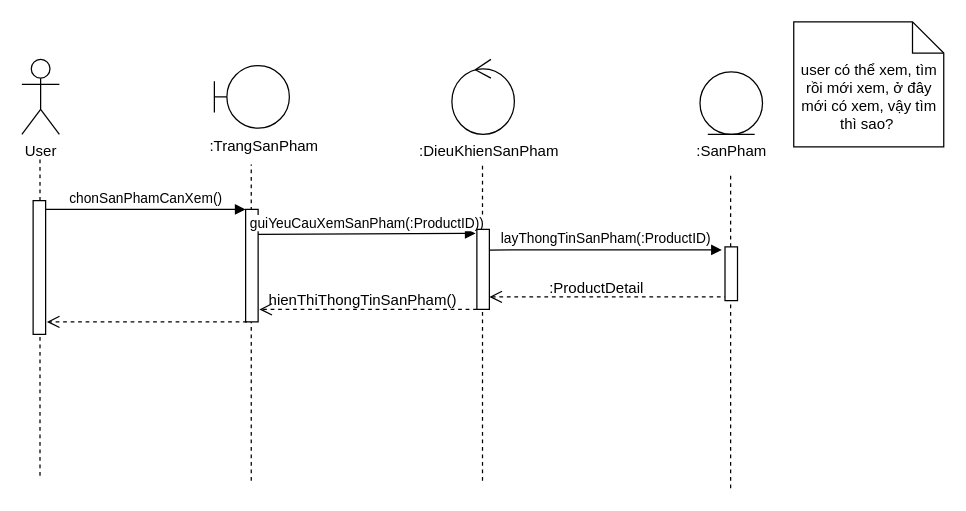
The draw.io diagram Sequence/xemSanPhamSequence.drawio in hoangminh15/PTTKHT, before the edit. Source tidied: cells renumbered, new cells numbered last; positions are measured from the earlier drawing's top-left corner, leaving out a move shared by most shapes. Both pictures are drawn from the tidied source at 125%, with x=0, y=0 at pixel (21, 21).
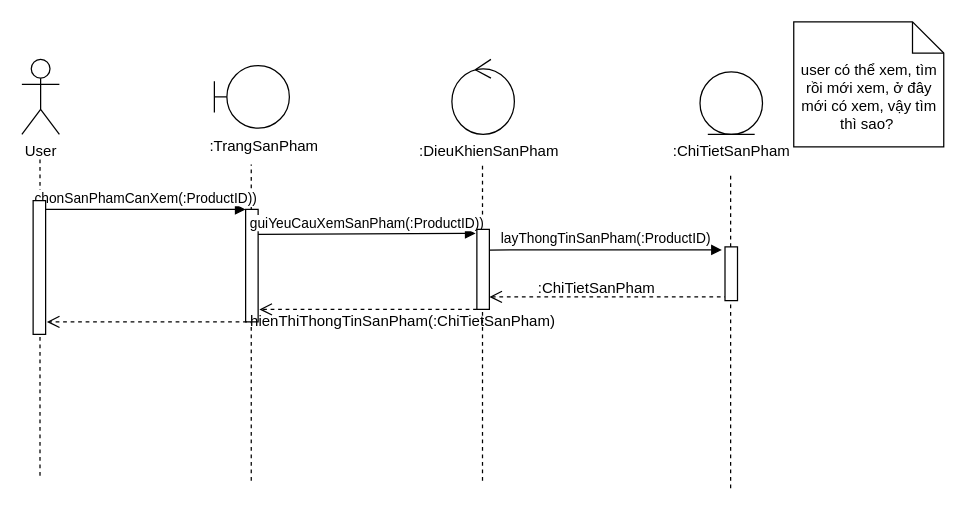
The same page after the edit.

Unchanged cells that the change refers to:
```xml
<mxCell id="13" style="html=1;points=[];perimeter=orthogonalPerimeter;" parent="1" vertex="1">
  <mxGeometry x="179" y="150" width="10" height="90" as="geometry" />
</mxCell>
```

The edit, as a diff of the source:
```diff
@@
-    <mxCell id="7" value=":SanPham" style="text;html=1;strokeColor=none;fillColor=none;align=center;verticalAlign=middle;whiteSpace=wrap;rounded=0;" parent="1" vertex="1">
+    <mxCell id="7" value=":ChiTietSanPham" style="text;html=1;strokeColor=none;fillColor=none;align=center;verticalAlign=middle;whiteSpace=wrap;rounded=0;" parent="1" vertex="1">
       <mxGeometry x="517.5" y="94" width="100" height="20" as="geometry" />
     </mxCell>
@@
-    <mxCell id="14" value="chonSanPhamCanXem()" style="html=1;verticalAlign=bottom;endArrow=block;entryX=0;entryY=0;" parent="1" edge="1" target="13">
+    <mxCell id="14" value="chonSanPhamCanXem(:ProductID))" style="html=1;verticalAlign=bottom;endArrow=block;entryX=0;entryY=0;" parent="1" edge="1" target="13">
       <mxGeometry relative="1" as="geometry">
         <mxPoint x="18" y="150" as="sourcePoint" />
       </mxGeometry>
     </mxCell>
@@
-    <mxCell id="25" value=":ProductDetail" style="text;html=1;strokeColor=none;fillColor=none;align=center;verticalAlign=middle;whiteSpace=wrap;rounded=0;" parent="1" vertex="1">
+    <mxCell id="25" value=":ChiTietSanPham" style="text;html=1;strokeColor=none;fillColor=none;align=center;verticalAlign=middle;whiteSpace=wrap;rounded=0;" parent="1" vertex="1">
       <mxGeometry x="440" y="203" width="40" height="20" as="geometry" />
     </mxCell>
@@
-    <mxCell id="27" value="hienThiThongTinSanPham()" style="text;html=1;strokeColor=none;fillColor=none;align=center;verticalAlign=middle;whiteSpace=wrap;rounded=0;" parent="1" vertex="1">
-      <mxGeometry x="253" y="213" width="40" height="20" as="geometry" />
+    <mxCell id="27" value="hienThiThongTinSanPham(:ChiTietSanPham)" style="text;html=1;strokeColor=none;fillColor=none;align=center;verticalAlign=middle;whiteSpace=wrap;rounded=0;" parent="1" vertex="1">
+      <mxGeometry x="285" y="230" width="40" height="20" as="geometry" />
     </mxCell>
```
